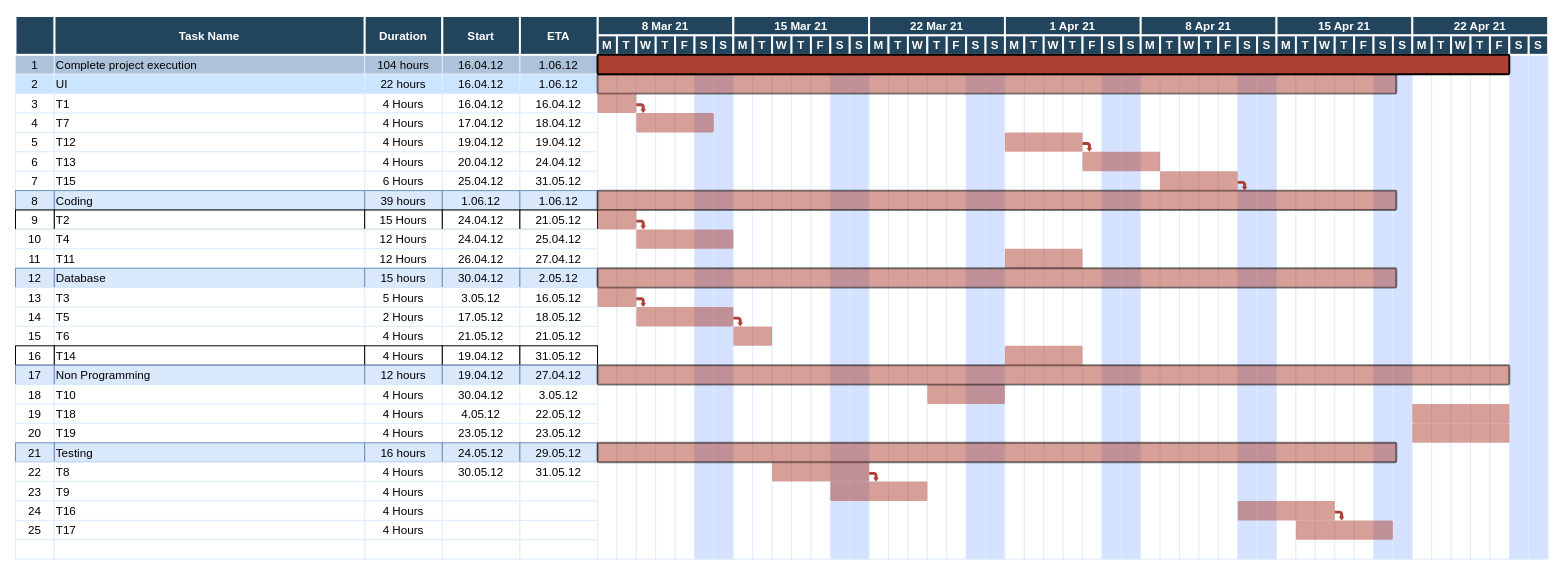
Earlier version of the draw.io diagram GanttChart.drawio (UEAHealthTracker/HealthTracker). Source tidied: cells renumbered, new cells numbered last; positions are measured from the earlier drawing's top-left corner, leaving out a move shared by most shapes. Both pictures are drawn from the tidied source at 97%, with x=0, y=0 at pixel (15, 16).
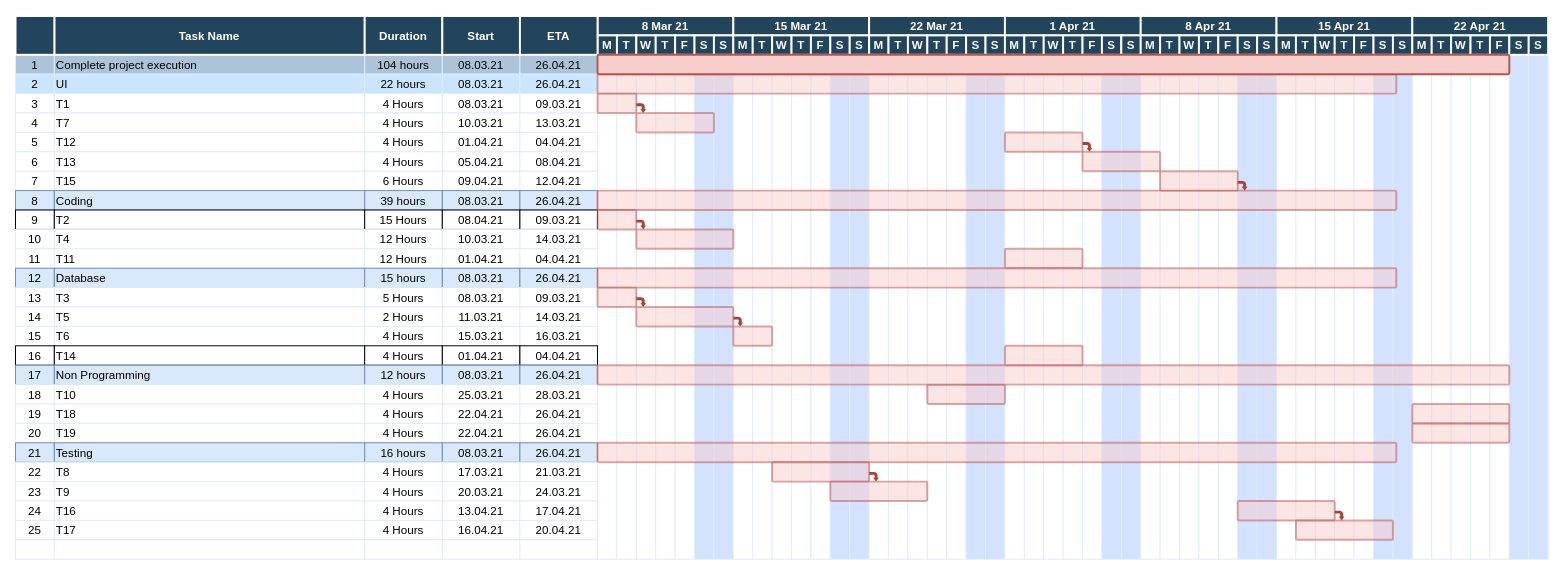
The same diagram, later.

What changed in the source:
```diff
@@
-    <mxCell id="5" value="16.04.12" style="strokeColor=#DEEDFF;fillColor=#ADC3D9;" parent="1" vertex="1">
+    <mxCell id="5" value="08.03.21" style="strokeColor=#DEEDFF;fillColor=#ADC3D9;" parent="1" vertex="1">
       <mxGeometry x="440.5" y="40" width="80" height="20" as="geometry" />
     </mxCell>
-    <mxCell id="6" value="1.06.12" style="strokeColor=#DEEDFF;fillColor=#ADC3D9;" parent="1" vertex="1">
+    <mxCell id="6" value="26.04.21" style="strokeColor=#DEEDFF;fillColor=#ADC3D9;" parent="1" vertex="1">
       <mxGeometry x="520.5" y="40" width="80" height="20" as="geometry" />
     </mxCell>
@@
-    <mxCell id="11" value="16.04.12" style="strokeColor=#DEEDFF;fillColor=#CCE5FF;" parent="1" vertex="1">
+    <mxCell id="11" value="08.03.21" style="strokeColor=#DEEDFF;fillColor=#CCE5FF;" parent="1" vertex="1">
       <mxGeometry x="440.5" y="60" width="80" height="20" as="geometry" />
     </mxCell>
-    <mxCell id="12" value="1.06.12" style="strokeColor=#DEEDFF;fillColor=#CCE5FF;" parent="1" vertex="1">
+    <mxCell id="12" value="26.04.21" style="strokeColor=#DEEDFF;fillColor=#CCE5FF;" parent="1" vertex="1">
       <mxGeometry x="520.5" y="60" width="80" height="20" as="geometry" />
     </mxCell>
@@
-    <mxCell id="16" value="16.04.12" style="strokeColor=#DEEDFF;" parent="1" vertex="1">
+    <mxCell id="16" value="08.03.21" style="strokeColor=#DEEDFF;" parent="1" vertex="1">
       <mxGeometry x="440.5" y="80" width="80" height="20" as="geometry" />
     </mxCell>
-    <mxCell id="17" value="16.04.12" style="strokeColor=#DEEDFF;" parent="1" vertex="1">
+    <mxCell id="17" value="09.03.21" style="strokeColor=#DEEDFF;" parent="1" vertex="1">
       <mxGeometry x="520.5" y="80" width="80" height="20" as="geometry" />
     </mxCell>
@@
-    <mxCell id="21" value="17.04.12" style="strokeColor=#DEEDFF;" parent="1" vertex="1">
+    <mxCell id="21" value="10.03.21" style="strokeColor=#DEEDFF;" parent="1" vertex="1">
       <mxGeometry x="440.5" y="100" width="80" height="20" as="geometry" />
     </mxCell>
-    <mxCell id="22" value="18.04.12" style="strokeColor=#DEEDFF;" parent="1" vertex="1">
+    <mxCell id="22" value="13.03.21" style="strokeColor=#DEEDFF;" parent="1" vertex="1">
       <mxGeometry x="520.5" y="100" width="80" height="20" as="geometry" />
     </mxCell>
@@
-    <mxCell id="26" value="19.04.12" style="strokeColor=#DEEDFF;" parent="1" vertex="1">
+    <mxCell id="26" value="01.04.21" style="strokeColor=#DEEDFF;" parent="1" vertex="1">
       <mxGeometry x="440.5" y="120" width="80" height="20" as="geometry" />
     </mxCell>
-    <mxCell id="27" value="19.04.12" style="strokeColor=#DEEDFF;" parent="1" vertex="1">
+    <mxCell id="27" value="04.04.21" style="strokeColor=#DEEDFF;" parent="1" vertex="1">
       <mxGeometry x="520.5" y="120" width="80" height="20" as="geometry" />
     </mxCell>
@@
-    <mxCell id="31" value="20.04.12" style="strokeColor=#DEEDFF;" parent="1" vertex="1">
+    <mxCell id="31" value="05.04.21" style="strokeColor=#DEEDFF;" parent="1" vertex="1">
       <mxGeometry x="440.5" y="140" width="80" height="20" as="geometry" />
     </mxCell>
-    <mxCell id="32" value="24.04.12" style="strokeColor=#DEEDFF;" parent="1" vertex="1">
+    <mxCell id="32" value="08.04.21" style="strokeColor=#DEEDFF;" parent="1" vertex="1">
       <mxGeometry x="520.5" y="140" width="80" height="20" as="geometry" />
     </mxCell>
@@
-    <mxCell id="36" value="25.04.12" style="strokeColor=#DEEDFF;" parent="1" vertex="1">
+    <mxCell id="36" value="09.04.21" style="strokeColor=#DEEDFF;" parent="1" vertex="1">
       <mxGeometry x="440.5" y="160" width="80" height="20" as="geometry" />
     </mxCell>
-    <mxCell id="37" value="31.05.12" style="strokeColor=#DEEDFF;" parent="1" vertex="1">
+    <mxCell id="37" value="12.04.21" style="strokeColor=#DEEDFF;" parent="1" vertex="1">
       <mxGeometry x="520.5" y="160" width="80" height="20" as="geometry" />
     </mxCell>
@@
-    <mxCell id="41" value="1.06.12" style="strokeColor=#6c8ebf;fillColor=#dae8fc;" parent="1" vertex="1">
+    <mxCell id="41" value="08.03.21" style="strokeColor=#6c8ebf;fillColor=#dae8fc;" parent="1" vertex="1">
       <mxGeometry x="440.5" y="180" width="80" height="20" as="geometry" />
     </mxCell>
-    <mxCell id="42" value="1.06.12" style="strokeColor=#6c8ebf;fillColor=#dae8fc;" parent="1" vertex="1">
+    <mxCell id="42" value="26.04.21" style="strokeColor=#6c8ebf;fillColor=#dae8fc;" parent="1" vertex="1">
       <mxGeometry x="520.5" y="180" width="80" height="20" as="geometry" />
     </mxCell>
@@
-    <mxCell id="46" value="24.04.12" parent="1" vertex="1">
+    <mxCell id="46" value="08.04.21" parent="1" vertex="1">
       <mxGeometry x="440.5" y="200" width="80" height="20" as="geometry" />
     </mxCell>
-    <mxCell id="47" value="21.05.12" parent="1" vertex="1">
+    <mxCell id="47" value="09.03.21" parent="1" vertex="1">
       <mxGeometry x="520.5" y="200" width="80" height="20" as="geometry" />
     </mxCell>
@@
-    <mxCell id="51" value="24.04.12" style="strokeColor=#DEEDFF;" parent="1" vertex="1">
+    <mxCell id="51" value="10.03.21" style="strokeColor=#DEEDFF;" parent="1" vertex="1">
       <mxGeometry x="440.5" y="220" width="80" height="20" as="geometry" />
     </mxCell>
-    <mxCell id="52" value="25.04.12" style="strokeColor=#DEEDFF;" parent="1" vertex="1">
+    <mxCell id="52" value="14.03.21" style="strokeColor=#DEEDFF;" parent="1" vertex="1">
       <mxGeometry x="520.5" y="220" width="80" height="20" as="geometry" />
     </mxCell>
@@
-    <mxCell id="56" value="26.04.12" style="strokeColor=#DEEDFF;" parent="1" vertex="1">
+    <mxCell id="56" value="01.04.21" style="strokeColor=#DEEDFF;" parent="1" vertex="1">
       <mxGeometry x="440.5" y="240" width="80" height="20" as="geometry" />
     </mxCell>
-    <mxCell id="57" value="27.04.12" style="strokeColor=#DEEDFF;" parent="1" vertex="1">
+    <mxCell id="57" value="04.04.21" style="strokeColor=#DEEDFF;" parent="1" vertex="1">
       <mxGeometry x="520.5" y="240" width="80" height="20" as="geometry" />
     </mxCell>
@@
-    <mxCell id="61" value="30.04.12" style="strokeColor=#6c8ebf;fillColor=#dae8fc;" parent="1" vertex="1">
+    <mxCell id="61" value="08.03.21" style="strokeColor=#6c8ebf;fillColor=#dae8fc;" parent="1" vertex="1">
       <mxGeometry x="440.5" y="260" width="80" height="20" as="geometry" />
     </mxCell>
-    <mxCell id="62" value="2.05.12" style="strokeColor=#6c8ebf;fillColor=#dae8fc;" parent="1" vertex="1">
+    <mxCell id="62" value="26.04.21" style="strokeColor=#6c8ebf;fillColor=#dae8fc;" parent="1" vertex="1">
       <mxGeometry x="520.5" y="260" width="80" height="20" as="geometry" />
     </mxCell>
@@
-    <mxCell id="66" value="3.05.12" style="strokeColor=#DEEDFF;" parent="1" vertex="1">
+    <mxCell id="66" value="08.03.21" style="strokeColor=#DEEDFF;" parent="1" vertex="1">
       <mxGeometry x="440.5" y="280" width="80" height="20" as="geometry" />
     </mxCell>
-    <mxCell id="67" value="16.05.12" style="strokeColor=#DEEDFF;" parent="1" vertex="1">
+    <mxCell id="67" value="09.03.21" style="strokeColor=#DEEDFF;" parent="1" vertex="1">
       <mxGeometry x="520.5" y="280" width="80" height="20" as="geometry" />
     </mxCell>
@@
-    <mxCell id="71" value="17.05.12" style="strokeColor=#DEEDFF;" parent="1" vertex="1">
+    <mxCell id="71" value="11.03.21" style="strokeColor=#DEEDFF;" parent="1" vertex="1">
       <mxGeometry x="440.5" y="300" width="80" height="20" as="geometry" />
     </mxCell>
-    <mxCell id="72" value="18.05.12" style="strokeColor=#DEEDFF;" parent="1" vertex="1">
+    <mxCell id="72" value="14.03.21" style="strokeColor=#DEEDFF;" parent="1" vertex="1">
       <mxGeometry x="520.5" y="300" width="80" height="20" as="geometry" />
     </mxCell>
@@
-    <mxCell id="76" value="21.05.12" style="strokeColor=#DEEDFF;fillColor=#FFFFFF;" parent="1" vertex="1">
+    <mxCell id="76" value="15.03.21" style="strokeColor=#DEEDFF;fillColor=#FFFFFF;" parent="1" vertex="1">
       <mxGeometry x="440.5" y="320" width="80" height="20" as="geometry" />
     </mxCell>
-    <mxCell id="77" value="21.05.12" style="strokeColor=#DEEDFF;fillColor=#FFFFFF;" parent="1" vertex="1">
+    <mxCell id="77" value="16.03.21" style="strokeColor=#DEEDFF;fillColor=#FFFFFF;" parent="1" vertex="1">
       <mxGeometry x="520.5" y="320" width="80" height="20" as="geometry" />
     </mxCell>
@@
-    <mxCell id="81" value="19.04.12" parent="1" vertex="1">
+    <mxCell id="81" value="01.04.21" parent="1" vertex="1">
       <mxGeometry x="440.5" y="340" width="80" height="20" as="geometry" />
     </mxCell>
-    <mxCell id="82" value="31.05.12" parent="1" vertex="1">
+    <mxCell id="82" value="04.04.21" parent="1" vertex="1">
       <mxGeometry x="520.5" y="340" width="80" height="20" as="geometry" />
     </mxCell>
@@
-    <mxCell id="86" value="19.04.12" style="strokeColor=#6c8ebf;fillColor=#dae8fc;" parent="1" vertex="1">
+    <mxCell id="86" value="08.03.21" style="strokeColor=#6c8ebf;fillColor=#dae8fc;" parent="1" vertex="1">
       <mxGeometry x="440.5" y="360" width="80" height="20" as="geometry" />
     </mxCell>
-    <mxCell id="87" value="27.04.12" style="strokeColor=#6c8ebf;fillColor=#dae8fc;" parent="1" vertex="1">
+    <mxCell id="87" value="26.04.21" style="strokeColor=#6c8ebf;fillColor=#dae8fc;" parent="1" vertex="1">
       <mxGeometry x="520.5" y="360" width="80" height="20" as="geometry" />
     </mxCell>
@@
-    <mxCell id="91" value="30.04.12" style="strokeColor=#DEEDFF;" parent="1" vertex="1">
+    <mxCell id="91" value="25.03.21" style="strokeColor=#DEEDFF;" parent="1" vertex="1">
       <mxGeometry x="440.5" y="380" width="80" height="20" as="geometry" />
     </mxCell>
-    <mxCell id="92" value="3.05.12" style="strokeColor=#DEEDFF;" parent="1" vertex="1">
+    <mxCell id="92" value="28.03.21" style="strokeColor=#DEEDFF;" parent="1" vertex="1">
       <mxGeometry x="520.5" y="380" width="80" height="20" as="geometry" />
     </mxCell>
@@
-    <mxCell id="96" value="4.05.12" style="strokeColor=#DEEDFF;" parent="1" vertex="1">
+    <mxCell id="96" value="22.04.21" style="strokeColor=#DEEDFF;" parent="1" vertex="1">
       <mxGeometry x="440.5" y="400" width="80" height="20" as="geometry" />
     </mxCell>
-    <mxCell id="97" value="22.05.12" style="strokeColor=#DEEDFF;" parent="1" vertex="1">
+    <mxCell id="97" value="26.04.21" style="strokeColor=#DEEDFF;" parent="1" vertex="1">
       <mxGeometry x="520.5" y="400" width="80" height="20" as="geometry" />
     </mxCell>
@@
-    <mxCell id="101" value="23.05.12" style="strokeColor=#DEEDFF;" parent="1" vertex="1">
+    <mxCell id="101" value="22.04.21" style="strokeColor=#DEEDFF;" parent="1" vertex="1">
       <mxGeometry x="440.5" y="420" width="80" height="20" as="geometry" />
     </mxCell>
-    <mxCell id="102" value="23.05.12" style="strokeColor=#DEEDFF;" parent="1" vertex="1">
+    <mxCell id="102" value="26.04.21" style="strokeColor=#DEEDFF;" parent="1" vertex="1">
       <mxGeometry x="520.5" y="420" width="80" height="20" as="geometry" />
     </mxCell>
@@
-    <mxCell id="106" value="24.05.12" style="strokeColor=#6c8ebf;fillColor=#dae8fc;" parent="1" vertex="1">
+    <mxCell id="106" value="08.03.21" style="strokeColor=#6c8ebf;fillColor=#dae8fc;" parent="1" vertex="1">
       <mxGeometry x="440.5" y="440" width="80" height="20" as="geometry" />
     </mxCell>
-    <mxCell id="107" value="29.05.12" style="strokeColor=#6c8ebf;fillColor=#dae8fc;" parent="1" vertex="1">
+    <mxCell id="107" value="26.04.21" style="strokeColor=#6c8ebf;fillColor=#dae8fc;" parent="1" vertex="1">
       <mxGeometry x="520.5" y="440" width="80" height="20" as="geometry" />
     </mxCell>
@@
-    <mxCell id="111" value="30.05.12" style="strokeColor=#DEEDFF;" parent="1" vertex="1">
+    <mxCell id="111" value="17.03.21" style="strokeColor=#DEEDFF;" parent="1" vertex="1">
       <mxGeometry x="440.5" y="460" width="80" height="20" as="geometry" />
     </mxCell>
-    <mxCell id="112" value="31.05.12" style="strokeColor=#DEEDFF;" parent="1" vertex="1">
+    <mxCell id="112" value="21.03.21" style="strokeColor=#DEEDFF;" parent="1" vertex="1">
       <mxGeometry x="520.5" y="460" width="80" height="20" as="geometry" />
     </mxCell>
@@
-    <mxCell id="116" style="strokeColor=#DEEDFF;" parent="1" vertex="1">
+    <mxCell id="116" value="20.03.21" style="strokeColor=#DEEDFF;" parent="1" vertex="1">
       <mxGeometry x="440.5" y="480" width="80" height="20" as="geometry" />
     </mxCell>
-    <mxCell id="117" style="strokeColor=#DEEDFF;" parent="1" vertex="1">
+    <mxCell id="117" value="24.03.21" style="strokeColor=#DEEDFF;" parent="1" vertex="1">
       <mxGeometry x="520.5" y="480" width="80" height="20" as="geometry" />
     </mxCell>
@@
-    <mxCell id="121" style="strokeColor=#DEEDFF;" parent="1" vertex="1">
+    <mxCell id="121" value="13.04.21" style="strokeColor=#DEEDFF;" parent="1" vertex="1">
       <mxGeometry x="440.5" y="500" width="80" height="20" as="geometry" />
     </mxCell>
-    <mxCell id="122" style="strokeColor=#DEEDFF;" parent="1" vertex="1">
+    <mxCell id="122" value="17.04.21" style="strokeColor=#DEEDFF;" parent="1" vertex="1">
       <mxGeometry x="520.5" y="500" width="80" height="20" as="geometry" />
     </mxCell>
@@
-    <mxCell id="126" style="strokeColor=#DEEDFF;" parent="1" vertex="1">
+    <mxCell id="126" value="16.04.21" style="strokeColor=#DEEDFF;" parent="1" vertex="1">
       <mxGeometry x="440.5" y="520" width="80" height="20" as="geometry" />
     </mxCell>
-    <mxCell id="127" style="strokeColor=#DEEDFF;" parent="1" vertex="1">
+    <mxCell id="127" value="20.04.21" style="strokeColor=#DEEDFF;" parent="1" vertex="1">
       <mxGeometry x="520.5" y="520" width="80" height="20" as="geometry" />
     </mxCell>
@@
-    <mxCell id="242" style="shape=mxgraph.flowchart.process;fillColor=#AE4132;strokeColor=#000000;strokeWidth=2;opacity=50;" parent="1" vertex="1">
+    <mxCell id="242" style="shape=mxgraph.flowchart.process;fillColor=#f8cecc;strokeColor=#b85450;strokeWidth=2;opacity=50;" parent="1" vertex="1">
       <mxGeometry x="600.5" y="60" width="823.5" height="20" as="geometry" />
     </mxCell>
-    <mxCell id="243" style="shape=mxgraph.flowchart.process;fillColor=#AE4132;strokeColor=none;strokeWidth=2;opacity=50;" parent="1" vertex="1">
+    <mxCell id="243" style="shape=mxgraph.flowchart.process;fillColor=#f8cecc;strokeColor=#b85450;strokeWidth=2;opacity=50;" parent="1" vertex="1">
       <mxGeometry x="640.5" y="220" width="100" height="20" as="geometry" />
     </mxCell>
-    <mxCell id="244" style="shape=mxgraph.flowchart.process;fillColor=#AE4132;strokeColor=#000000;strokeWidth=2;opacity=100;" parent="1" vertex="1">
+    <mxCell id="244" style="shape=mxgraph.flowchart.process;fillColor=#f8cecc;strokeColor=#b85450;strokeWidth=2;opacity=100;" parent="1" vertex="1">
       <mxGeometry x="600.5" y="40" width="940" height="20" as="geometry" />
     </mxCell>
-    <mxCell id="245" style="shape=mxgraph.flowchart.process;fillColor=#AE4132;strokeColor=none;strokeWidth=2;opacity=50;" parent="1" vertex="1">
+    <mxCell id="245" style="shape=mxgraph.flowchart.process;fillColor=#f8cecc;strokeColor=#b85450;strokeWidth=2;opacity=50;" parent="1" vertex="1">
       <mxGeometry x="1020.5" y="240" width="80" height="20" as="geometry" />
     </mxCell>
-    <mxCell id="246" style="shape=mxgraph.flowchart.process;fillColor=#AE4132;strokeColor=none;strokeWidth=2;opacity=50;" parent="1" vertex="1">
+    <mxCell id="246" style="shape=mxgraph.flowchart.process;fillColor=#f8cecc;strokeColor=#b85450;strokeWidth=2;opacity=50;" parent="1" vertex="1">
       <mxGeometry x="940.5" y="380" width="80" height="20" as="geometry" />
     </mxCell>
-    <mxCell id="247" style="shape=mxgraph.flowchart.process;fillColor=#AE4132;strokeColor=#000000;strokeWidth=2;opacity=50;" parent="1" vertex="1">
+    <mxCell id="247" style="shape=mxgraph.flowchart.process;fillColor=#f8cecc;strokeColor=#b85450;strokeWidth=2;opacity=50;" parent="1" vertex="1">
       <mxGeometry x="600.5" y="180" width="823.5" height="20" as="geometry" />
     </mxCell>
-    <mxCell id="248" style="shape=mxgraph.flowchart.process;fillColor=#AE4132;strokeColor=#000000;strokeWidth=2;opacity=50;" parent="1" vertex="1">
+    <mxCell id="248" style="shape=mxgraph.flowchart.process;fillColor=#f8cecc;strokeColor=#b85450;strokeWidth=2;opacity=50;" parent="1" vertex="1">
       <mxGeometry x="600.5" y="260" width="823.5" height="20" as="geometry" />
     </mxCell>
-    <mxCell id="249" style="shape=mxgraph.flowchart.process;fillColor=#AE4132;strokeColor=#000000;strokeWidth=2;opacity=50;" parent="1" vertex="1">
+    <mxCell id="249" style="shape=mxgraph.flowchart.process;fillColor=#f8cecc;strokeColor=#b85450;strokeWidth=2;opacity=50;" parent="1" vertex="1">
       <mxGeometry x="600.5" y="360" width="940" height="20" as="geometry" />
     </mxCell>
-    <mxCell id="250" style="shape=mxgraph.flowchart.process;fillColor=#AE4132;strokeColor=#000000;strokeWidth=2;opacity=50;" parent="1" vertex="1">
+    <mxCell id="250" style="shape=mxgraph.flowchart.process;fillColor=#f8cecc;strokeColor=#b85450;strokeWidth=2;opacity=50;" parent="1" vertex="1">
       <mxGeometry x="600.5" y="440" width="823.5" height="20" as="geometry" />
     </mxCell>
-    <mxCell id="251" style="shape=mxgraph.flowchart.process;fillColor=#AE4132;strokeColor=none;strokeWidth=2;opacity=50;" parent="1" vertex="1">
+    <mxCell id="251" style="shape=mxgraph.flowchart.process;fillColor=#f8cecc;strokeColor=#b85450;strokeWidth=2;opacity=50;" parent="1" vertex="1">
       <mxGeometry x="600.5" y="80" width="40" height="20" as="geometry" />
     </mxCell>
-    <mxCell id="252" style="shape=mxgraph.flowchart.process;fillColor=#AE4132;strokeColor=none;strokeWidth=2;opacity=50;" parent="1" vertex="1">
+    <mxCell id="252" style="shape=mxgraph.flowchart.process;fillColor=#f8cecc;strokeColor=#b85450;strokeWidth=2;opacity=50;" parent="1" vertex="1">
       <mxGeometry x="600.5" y="200" width="40" height="20" as="geometry" />
     </mxCell>
-    <mxCell id="253" style="shape=mxgraph.flowchart.process;fillColor=#AE4132;strokeColor=none;strokeWidth=2;opacity=50;" parent="1" vertex="1">
+    <mxCell id="253" style="shape=mxgraph.flowchart.process;fillColor=#f8cecc;strokeColor=#b85450;strokeWidth=2;opacity=50;" parent="1" vertex="1">
       <mxGeometry x="600.5" y="280" width="40" height="20" as="geometry" />
     </mxCell>
@@
-    <mxCell id="255" style="shape=mxgraph.flowchart.process;fillColor=#AE4132;strokeColor=none;strokeWidth=2;opacity=50;" parent="1" vertex="1">
+    <mxCell id="255" style="shape=mxgraph.flowchart.process;fillColor=#f8cecc;strokeColor=#b85450;strokeWidth=2;opacity=50;" parent="1" vertex="1">
       <mxGeometry x="640.5" y="300" width="100" height="20" as="geometry" />
     </mxCell>
@@
-    <mxCell id="257" style="shape=mxgraph.flowchart.process;fillColor=#AE4132;strokeColor=none;strokeWidth=2;opacity=50;" parent="1" vertex="1">
+    <mxCell id="257" style="shape=mxgraph.flowchart.process;fillColor=#f8cecc;strokeColor=#b85450;strokeWidth=2;opacity=50;" parent="1" vertex="1">
       <mxGeometry x="740.5" y="320" width="40" height="20" as="geometry" />
     </mxCell>
@@
-    <mxCell id="259" style="shape=mxgraph.flowchart.process;fillColor=#AE4132;strokeColor=none;strokeWidth=2;opacity=50;" parent="1" vertex="1">
+    <mxCell id="259" style="shape=mxgraph.flowchart.process;fillColor=#f8cecc;strokeColor=#b85450;strokeWidth=2;opacity=50;" parent="1" vertex="1">
       <mxGeometry x="640.5" y="100" width="80" height="20" as="geometry" />
     </mxCell>
@@
-    <mxCell id="261" style="shape=mxgraph.flowchart.process;fillColor=#AE4132;strokeColor=none;strokeWidth=2;opacity=50;" parent="1" vertex="1">
+    <mxCell id="261" style="shape=mxgraph.flowchart.process;fillColor=#f8cecc;strokeColor=#b85450;strokeWidth=2;opacity=50;" parent="1" vertex="1">
       <mxGeometry x="780.5" y="460" width="100" height="20" as="geometry" />
     </mxCell>
-    <mxCell id="262" style="shape=mxgraph.flowchart.process;fillColor=#AE4132;strokeColor=none;strokeWidth=2;opacity=50;" parent="1" vertex="1">
+    <mxCell id="262" style="shape=mxgraph.flowchart.process;fillColor=#f8cecc;strokeColor=#b85450;strokeWidth=2;opacity=50;" parent="1" vertex="1">
       <mxGeometry x="840.5" y="480" width="100" height="20" as="geometry" />
     </mxCell>
@@
-    <mxCell id="264" style="shape=mxgraph.flowchart.process;fillColor=#AE4132;strokeColor=none;strokeWidth=2;opacity=50;" parent="1" vertex="1">
+    <mxCell id="264" style="shape=mxgraph.flowchart.process;fillColor=#f8cecc;strokeColor=#b85450;strokeWidth=2;opacity=50;" parent="1" vertex="1">
       <mxGeometry x="1020.5" y="120" width="80" height="20" as="geometry" />
     </mxCell>
-    <mxCell id="265" style="shape=mxgraph.flowchart.process;fillColor=#AE4132;strokeColor=none;strokeWidth=2;opacity=50;" parent="1" vertex="1">
+    <mxCell id="265" style="shape=mxgraph.flowchart.process;fillColor=#f8cecc;strokeColor=#b85450;strokeWidth=2;opacity=50;" parent="1" vertex="1">
       <mxGeometry x="1100.5" y="140" width="80" height="20" as="geometry" />
     </mxCell>
@@
-    <mxCell id="267" style="shape=mxgraph.flowchart.process;fillColor=#AE4132;strokeColor=none;strokeWidth=2;opacity=50;" parent="1" vertex="1">
+    <mxCell id="267" style="shape=mxgraph.flowchart.process;fillColor=#f8cecc;strokeColor=#b85450;strokeWidth=2;opacity=50;" parent="1" vertex="1">
       <mxGeometry x="1020.5" y="340" width="80" height="20" as="geometry" />
     </mxCell>
-    <mxCell id="268" style="shape=mxgraph.flowchart.process;fillColor=#AE4132;strokeColor=none;strokeWidth=2;opacity=50;" parent="1" vertex="1">
+    <mxCell id="268" style="shape=mxgraph.flowchart.process;fillColor=#f8cecc;strokeColor=#b85450;strokeWidth=2;opacity=50;" parent="1" vertex="1">
       <mxGeometry x="1180.5" y="160" width="80" height="20" as="geometry" />
     </mxCell>
@@
-    <mxCell id="270" style="shape=mxgraph.flowchart.process;fillColor=#AE4132;strokeColor=none;strokeWidth=2;opacity=50;" parent="1" vertex="1">
+    <mxCell id="270" style="shape=mxgraph.flowchart.process;fillColor=#f8cecc;strokeColor=#b85450;strokeWidth=2;opacity=50;" parent="1" vertex="1">
       <mxGeometry x="1260.5" y="500" width="100" height="20" as="geometry" />
     </mxCell>
-    <mxCell id="271" style="shape=mxgraph.flowchart.process;fillColor=#AE4132;strokeColor=none;strokeWidth=2;opacity=50;" parent="1" vertex="1">
+    <mxCell id="271" style="shape=mxgraph.flowchart.process;fillColor=#f8cecc;strokeColor=#b85450;strokeWidth=2;opacity=50;" parent="1" vertex="1">
       <mxGeometry x="1320.5" y="520" width="100" height="20" as="geometry" />
     </mxCell>
@@
-    <mxCell id="273" style="shape=mxgraph.flowchart.process;fillColor=#AE4132;strokeColor=none;strokeWidth=2;opacity=50;" parent="1" vertex="1">
+    <mxCell id="273" style="shape=mxgraph.flowchart.process;fillColor=#f8cecc;strokeColor=#b85450;strokeWidth=2;opacity=50;" parent="1" vertex="1">
       <mxGeometry x="1440.5" y="400" width="100" height="20" as="geometry" />
     </mxCell>
-    <mxCell id="274" style="shape=mxgraph.flowchart.process;fillColor=#AE4132;strokeColor=none;strokeWidth=2;opacity=50;" parent="1" vertex="1">
+    <mxCell id="274" style="shape=mxgraph.flowchart.process;fillColor=#f8cecc;strokeColor=#b85450;strokeWidth=2;opacity=50;" parent="1" vertex="1">
       <mxGeometry x="1440.5" y="420" width="100" height="20" as="geometry" />
     </mxCell>
```
